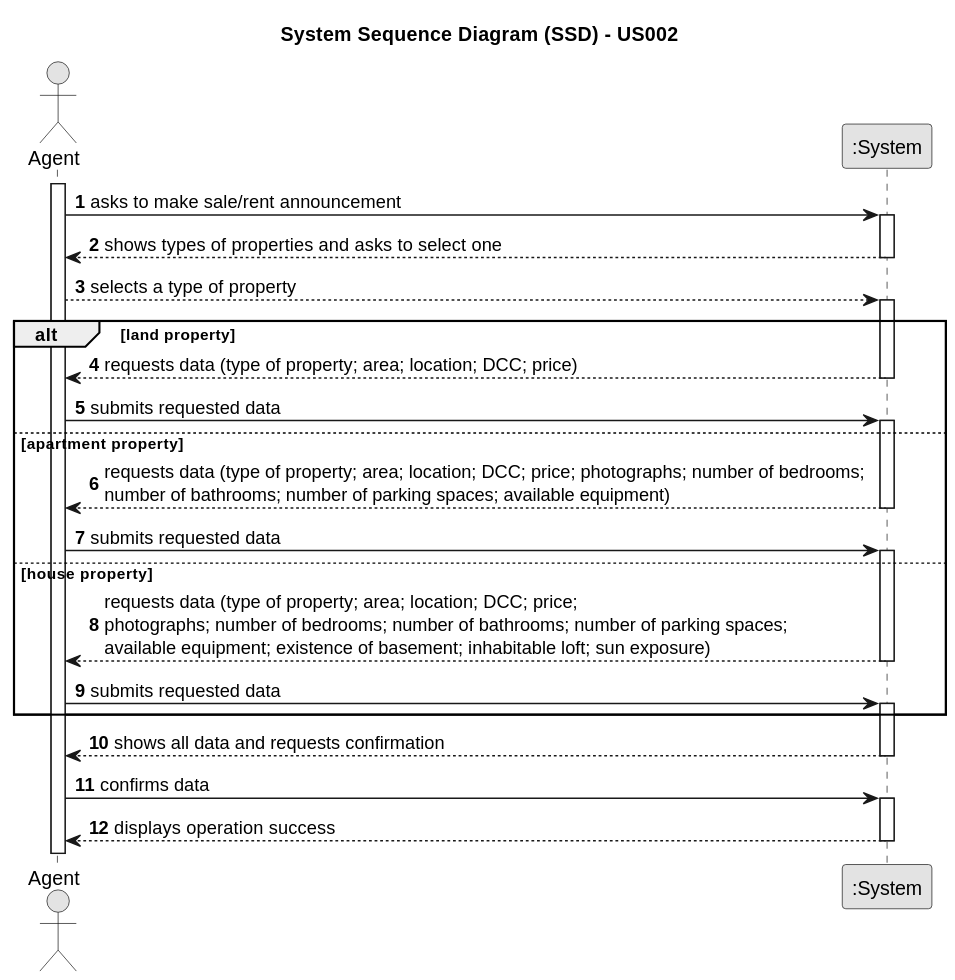
Before: docs/sprintA/us002/01.requirements-engineering/svg/us002-system-sequence-diagram.svg, a diagram exported from PlantUML (rita-barbosa/LAPR2-2223). Its diagram source:
```plantuml
@startuml
skinparam monochrome true
skinparam packageStyle rectangle
skinparam shadowing false

title System Sequence Diagram (SSD) - US002

autonumber

actor "Agent" as Employee
participant ":System" as System

activate Employee

    Employee -> System : asks to make sale/rent announcement
    activate System

    System --> Employee : shows types of properties and asks to select one
    deactivate System

    Employee --> System : selects a type of property
        activate System

    alt land property
       System --> Employee : requests data (type of property; area; location; DCC; price)
          deactivate System
      Employee -> System : submits requested data
              activate System

    else apartment property
      System --> Employee : requests data (type of property; area; location; DCC; price; photographs; number of bedrooms; \nnumber of bathrooms; number of parking spaces; available equipment)
        deactivate System
    Employee -> System : submits requested data
            activate System
    else house property

      System --> Employee : requests data (type of property; area; location; DCC; price; \nphotographs; number of bedrooms; number of bathrooms; number of parking spaces; \navailable equipment; existence of basement; inhabitable loft; sun exposure)
        deactivate System

        Employee -> System : submits requested data
        activate System
end
        System --> Employee : shows all data and requests confirmation
    deactivate System

    Employee -> System : confirms data
    activate System

        System --> Employee : displays operation success
    deactivate System
@enduml
```
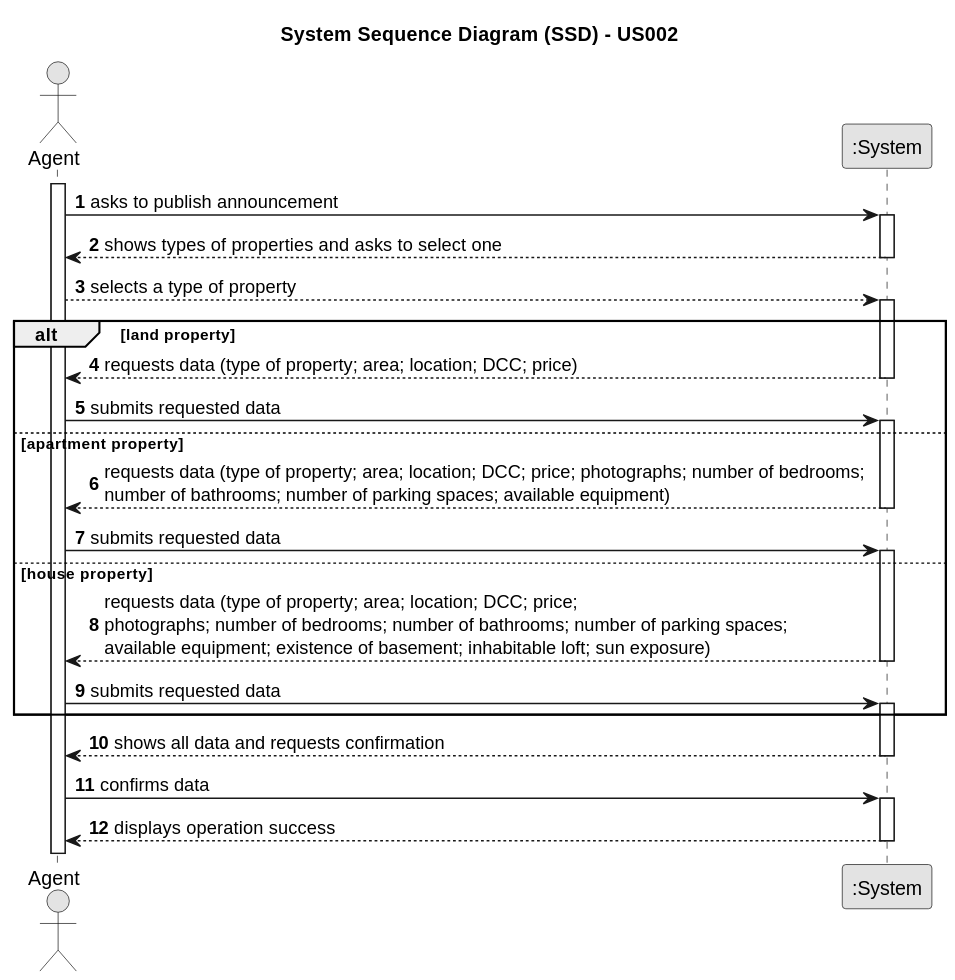
Above is the later version.

Commit message:
Update of the questions/Acceptance Criteria/Output Data in us002-01.requirements-engineering; Added UC/US name and link in use-case-diagram.md;

Diff of the diagram source:
```diff
@@ -12,7 +12,7 @@
 
 activate Employee
 
-    Employee -> System : asks to make sale/rent announcement
+    Employee -> System : asks to publish announcement
     activate System
 
     System --> Employee : shows types of properties and asks to select one
```
